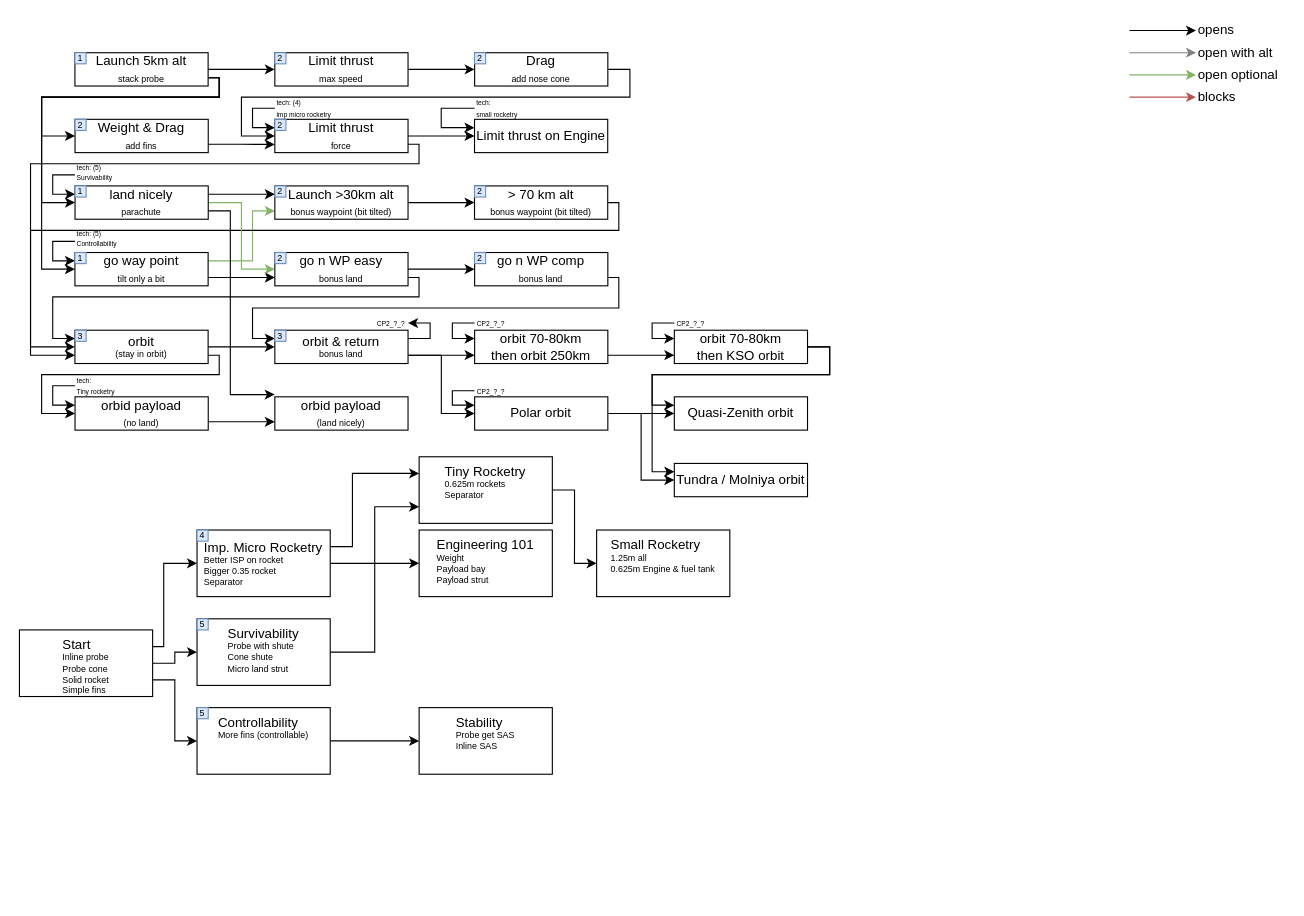
Above: doc/CP1 contracts & TT.drawio in SaphireFalcon/real_career (draw.io), before the change. Source tidied: cells renumbered, new cells numbered last; positions are measured from the earlier drawing's top-left corner, leaving out a move shared by most shapes. Both pictures are drawn from the tidied source at 111%, with x=0, y=0 at pixel (19, 19).
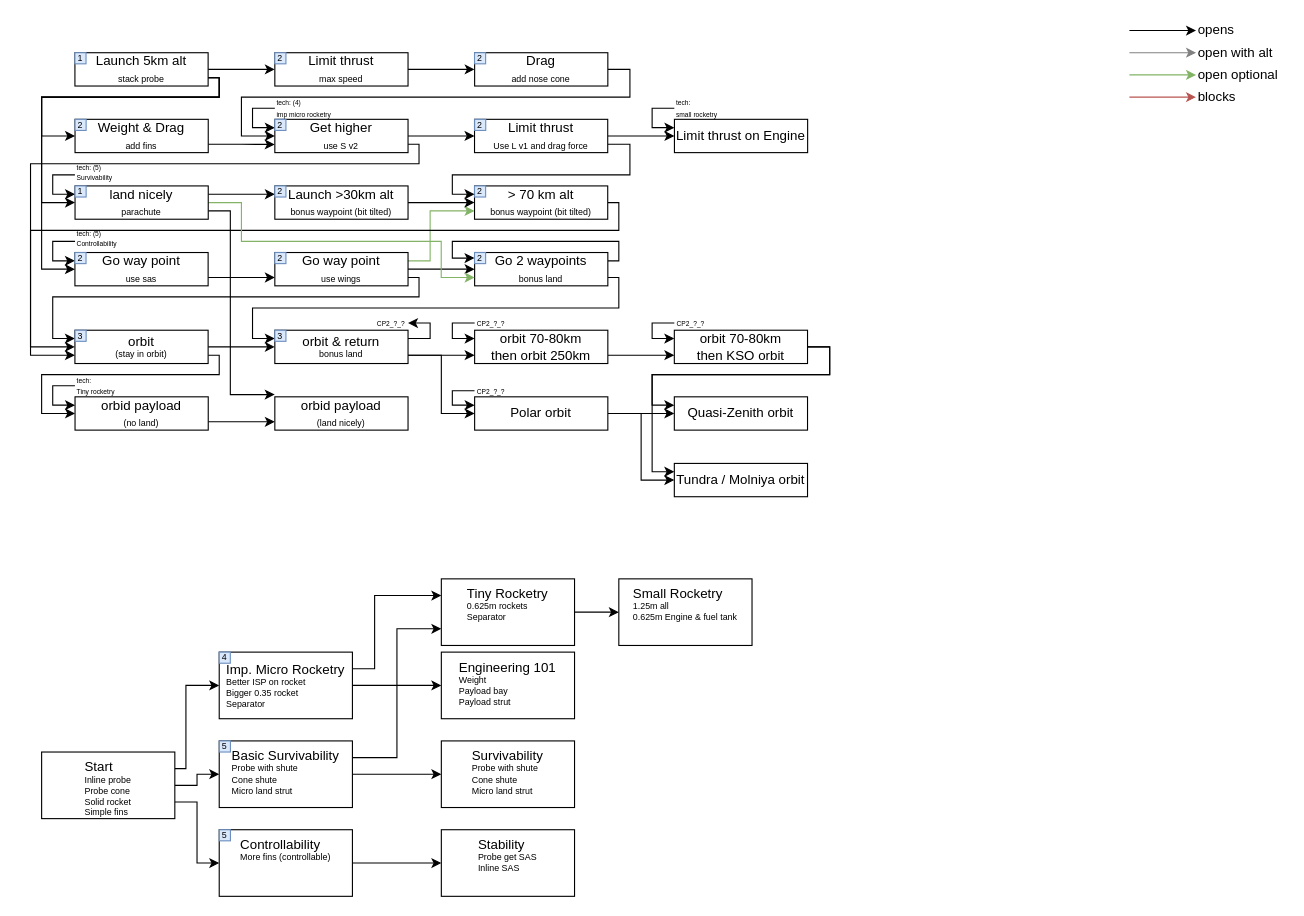
The same page after the edit.

Unchanged cells that the change refers to:
```xml
<mxCell id="16" value="Launch &amp;gt;30km alt&lt;br style=&quot;font-size: 8px&quot;&gt;&lt;font style=&quot;font-size: 8px&quot;&gt;bonus waypoint (bit tilted)&lt;/font&gt;" style="rounded=0;whiteSpace=wrap;html=1;" parent="1" vertex="1">
  <mxGeometry x="230.1" y="150" width="120" height="30" as="geometry" />
</mxCell>
<mxCell id="18" value="&amp;gt; 70 km alt&lt;br style=&quot;font-size: 8px&quot;&gt;&lt;font style=&quot;font-size: 8px&quot;&gt;bonus waypoint (bit tilted)&lt;/font&gt;" style="rounded=0;whiteSpace=wrap;html=1;" parent="1" vertex="1">
  <mxGeometry x="410" y="150" width="120" height="30" as="geometry" />
</mxCell>
<mxCell id="22" value="land nicely&lt;br style=&quot;font-size: 8px&quot;&gt;&lt;font style=&quot;font-size: 8px&quot;&gt;parachute&lt;/font&gt;" style="rounded=0;whiteSpace=wrap;html=1;" parent="1" vertex="1">
  <mxGeometry x="50.1" y="150" width="120" height="30" as="geometry" />
</mxCell>
<mxCell id="114" value="2" style="text;html=1;strokeColor=#6c8ebf;fillColor=#dae8fc;align=center;verticalAlign=middle;whiteSpace=wrap;rounded=0;fontSize=8;" parent="1" vertex="1">
  <mxGeometry x="410" y="150" width="10" height="10" as="geometry" />
</mxCell>
<mxCell id="116" value="2" style="text;html=1;strokeColor=#6c8ebf;fillColor=#dae8fc;align=center;verticalAlign=middle;whiteSpace=wrap;rounded=0;fontSize=8;" parent="1" vertex="1">
  <mxGeometry x="410" y="210" width="10" height="10" as="geometry" />
</mxCell>
```

The edit, as a diff of the source:
```diff
@@
-    <mxCell id="8" style="edgeStyle=orthogonalEdgeStyle;rounded=0;jettySize=auto;html=1;exitX=1;exitY=0.25;exitDx=0;exitDy=0;entryX=0;entryY=0.75;entryDx=0;entryDy=0;strokeColor=#82b366;fontSize=8;fillColor=#d5e8d4;" parent="1" edge="1" source="9" target="16">
+    <mxCell id="8" style="edgeStyle=orthogonalEdgeStyle;rounded=0;jettySize=auto;html=1;exitX=1;exitY=0.25;exitDx=0;exitDy=0;entryX=0;entryY=0.75;entryDx=0;entryDy=0;strokeColor=#82b366;fontSize=8;fillColor=#d5e8d4;" parent="1" edge="1" source="11" target="18">
       <mxGeometry relative="1" as="geometry">
         <Array as="points">
-          <mxPoint x="210" y="217" />
-          <mxPoint x="210" y="173" />
+          <mxPoint x="370" y="218" />
+          <mxPoint x="370" y="173" />
         </Array>
       </mxGeometry>
     </mxCell>
-    <mxCell id="9" value="go way point&lt;font style=&quot;font-size: 8px&quot;&gt;&lt;br&gt;&lt;/font&gt;&lt;span style=&quot;font-size: 8px&quot;&gt;tilt only a bit&lt;/span&gt;" style="rounded=0;whiteSpace=wrap;html=1;" parent="1" vertex="1">
+    <mxCell id="9" value="Go way point&lt;font style=&quot;font-size: 8px&quot;&gt;&lt;br&gt;&lt;/font&gt;&lt;span style=&quot;font-size: 8px&quot;&gt;use sas&lt;/span&gt;" style="rounded=0;whiteSpace=wrap;html=1;" parent="1" vertex="1">
       <mxGeometry x="50" y="210" width="120" height="30" as="geometry" />
     </mxCell>
@@
-    <mxCell id="11" value="go n WP easy&lt;br&gt;&lt;font style=&quot;font-size: 8px&quot;&gt;bonus land&lt;/font&gt;" style="rounded=0;whiteSpace=wrap;html=1;" parent="1" vertex="1">
+    <mxCell id="11" value="Go way point&lt;font style=&quot;font-size: 8px&quot;&gt;&lt;br&gt;&lt;/font&gt;&lt;span style=&quot;font-size: 8px&quot;&gt;use wings&lt;/span&gt;" style="rounded=0;whiteSpace=wrap;html=1;" parent="1" vertex="1">
       <mxGeometry x="230.1" y="210" width="120" height="30" as="geometry" />
     </mxCell>
@@
+    <mxCell id="120" style="edgeStyle=orthogonalEdgeStyle;rounded=0;jettySize=auto;html=1;exitX=1;exitY=0.25;exitDx=0;exitDy=0;entryX=0;entryY=0.5;entryDx=0;entryDy=0;" parent="1" edge="1" source="14" target="116">
+      <mxGeometry relative="1" as="geometry">
+        <Array as="points">
+          <mxPoint x="540" y="218" />
+          <mxPoint x="540" y="200" />
+          <mxPoint x="390" y="200" />
+          <mxPoint x="390" y="215" />
+        </Array>
+      </mxGeometry>
+    </mxCell>
-    <mxCell id="14" value="&lt;div&gt;go n WP comp&lt;/div&gt;&lt;font style=&quot;font-size: 8px&quot;&gt;bonus land&lt;/font&gt;" style="rounded=0;whiteSpace=wrap;html=1;" parent="1" vertex="1">
+    <mxCell id="14" value="&lt;div&gt;Go 2 waypoints&lt;/div&gt;&lt;font style=&quot;font-size: 8px&quot;&gt;bonus land&lt;/font&gt;" style="rounded=0;whiteSpace=wrap;html=1;" parent="1" vertex="1">
       <mxGeometry x="410.1" y="210" width="120" height="30" as="geometry" />
     </mxCell>
@@
-    <mxCell id="19" style="edgeStyle=orthogonalEdgeStyle;rounded=0;jettySize=auto;html=1;exitX=1;exitY=0.5;exitDx=0;exitDy=0;entryX=0;entryY=0.5;entryDx=0;entryDy=0;strokeColor=#82b366;fillColor=#d5e8d4;" parent="1" edge="1" source="22" target="11">
+    <mxCell id="19" style="edgeStyle=orthogonalEdgeStyle;rounded=0;jettySize=auto;html=1;exitX=1;exitY=0.5;exitDx=0;exitDy=0;entryX=0;entryY=0.75;entryDx=0;entryDy=0;strokeColor=#82b366;fillColor=#d5e8d4;" parent="1" edge="1" source="22" target="14">
       <mxGeometry relative="1" as="geometry">
         <Array as="points">
           <mxPoint x="200" y="165" />
-          <mxPoint x="200" y="225" />
+          <mxPoint x="200" y="200" />
+          <mxPoint x="380" y="200" />
+          <mxPoint x="380" y="233" />
         </Array>
       </mxGeometry>
     </mxCell>
@@
     <mxCell id="44" style="edgeStyle=orthogonalEdgeStyle;rounded=0;jettySize=auto;html=1;exitX=1;exitY=0.75;exitDx=0;exitDy=0;entryX=0;entryY=0.5;entryDx=0;entryDy=0;strokeColor=#000000;" parent="1" edge="1" source="48" target="50">
       <mxGeometry relative="1" as="geometry">
         <Array as="points">
-          <mxPoint x="140" y="595" />
-          <mxPoint x="140" y="650" />
+          <mxPoint x="160" y="705" />
+          <mxPoint x="160" y="760" />
         </Array>
       </mxGeometry>
     </mxCell>
     <mxCell id="45" style="edgeStyle=orthogonalEdgeStyle;rounded=0;jettySize=auto;html=1;exitX=1;exitY=0.5;exitDx=0;exitDy=0;entryX=0;entryY=0.5;entryDx=0;entryDy=0;strokeColor=#000000;" parent="1" edge="1" source="48" target="52">
       <mxGeometry relative="1" as="geometry">
         <Array as="points">
-          <mxPoint x="140" y="580" />
-          <mxPoint x="140" y="570" />
+          <mxPoint x="160" y="690" />
+          <mxPoint x="160" y="680" />
         </Array>
       </mxGeometry>
     </mxCell>
     <mxCell id="46" style="edgeStyle=orthogonalEdgeStyle;rounded=0;jettySize=auto;html=1;exitX=1;exitY=0.5;exitDx=0;exitDy=0;entryX=0;entryY=0.5;entryDx=0;entryDy=0;strokeColor=#000000;" parent="1" edge="1" source="54" target="55">
       <mxGeometry relative="1" as="geometry">
         <Array as="points">
-          <mxPoint x="310" y="490" />
-          <mxPoint x="310" y="490" />
+          <mxPoint x="330" y="600" />
+          <mxPoint x="330" y="600" />
         </Array>
       </mxGeometry>
     </mxCell>
     <mxCell id="47" style="edgeStyle=orthogonalEdgeStyle;rounded=0;jettySize=auto;html=1;exitX=1;exitY=0.25;exitDx=0;exitDy=0;strokeColor=#000000;" parent="1" edge="1" source="48" target="54">
       <mxGeometry relative="1" as="geometry">
         <Array as="points">
-          <mxPoint x="130" y="565" />
-          <mxPoint x="130" y="490" />
+          <mxPoint x="150" y="675" />
+          <mxPoint x="150" y="600" />
         </Array>
       </mxGeometry>
     </mxCell>
     <mxCell id="48" value="&lt;div style=&quot;text-align: left&quot;&gt;&lt;font style=&quot;font-size: 12px&quot;&gt;Start&lt;/font&gt;&lt;/div&gt;&lt;span style=&quot;text-align: left&quot;&gt;Inline probe&lt;br&gt;&lt;/span&gt;&lt;div style=&quot;text-align: left ; font-size: 8px&quot;&gt;&lt;font style=&quot;font-size: 8px&quot;&gt;&lt;font style=&quot;font-size: 8px&quot;&gt;Probe cone&lt;/font&gt;&lt;br style=&quot;font-size: 8px&quot;&gt;&lt;/font&gt;&lt;/div&gt;&lt;div style=&quot;text-align: left ; font-size: 8px&quot;&gt;&lt;font style=&quot;font-size: 8px&quot;&gt;&lt;font style=&quot;font-size: 8px&quot;&gt;Solid rocket&lt;/font&gt;&lt;/font&gt;&lt;/div&gt;&lt;div style=&quot;text-align: left ; font-size: 8px&quot;&gt;&lt;font style=&quot;font-size: 8px&quot;&gt;&lt;font style=&quot;font-size: 8px&quot;&gt;Simple fins&lt;/font&gt;&lt;/font&gt;&lt;/div&gt;" style="rounded=0;whiteSpace=wrap;html=1;fontSize=8;verticalAlign=top;" parent="1" vertex="1">
-      <mxGeometry y="550" width="120" height="60" as="geometry" />
+      <mxGeometry x="20" y="660" width="120" height="60" as="geometry" />
     </mxCell>
@@
     <mxCell id="50" value="&lt;div style=&quot;text-align: left&quot;&gt;&lt;span style=&quot;font-size: 12px&quot;&gt;Controllability&lt;/span&gt;&lt;/div&gt;&lt;div style=&quot;text-align: left ; font-size: 8px&quot;&gt;&lt;font style=&quot;font-size: 8px&quot;&gt;More fins (controllable)&lt;/font&gt;&lt;/div&gt;&lt;div style=&quot;text-align: left ; font-size: 8px&quot;&gt;&lt;br&gt;&lt;/div&gt;" style="rounded=0;whiteSpace=wrap;html=1;align=center;labelPosition=center;verticalLabelPosition=middle;verticalAlign=top;fontSize=8;" parent="1" vertex="1">
-      <mxGeometry x="160" y="620" width="120" height="60" as="geometry" />
+      <mxGeometry x="180" y="730" width="120" height="60" as="geometry" />
     </mxCell>
-    <mxCell id="51" style="edgeStyle=orthogonalEdgeStyle;rounded=0;jettySize=auto;html=1;exitX=1;exitY=0.5;exitDx=0;exitDy=0;entryX=0;entryY=0.75;entryDx=0;entryDy=0;" parent="1" edge="1" source="52" target="73">
+    <mxCell id="51" style="edgeStyle=orthogonalEdgeStyle;rounded=0;jettySize=auto;html=1;exitX=1;exitY=0.25;exitDx=0;exitDy=0;entryX=0;entryY=0.75;entryDx=0;entryDy=0;" parent="1" edge="1" source="52" target="73">
       <mxGeometry relative="1" as="geometry" />
     </mxCell>
+    <mxCell id="121" style="edgeStyle=orthogonalEdgeStyle;rounded=0;jettySize=auto;html=1;exitX=1;exitY=0.5;exitDx=0;exitDy=0;entryX=0;entryY=0.5;entryDx=0;entryDy=0;" parent="1" edge="1" source="52" target="127">
+      <mxGeometry relative="1" as="geometry" />
+    </mxCell>
-    <mxCell id="52" value="&lt;div style=&quot;text-align: left&quot;&gt;&lt;font style=&quot;font-size: 12px&quot;&gt;Survivability&lt;/font&gt;&lt;/div&gt;&lt;div style=&quot;text-align: left ; font-size: 8px&quot;&gt;&lt;font style=&quot;font-size: 8px&quot;&gt;Probe with shute&lt;/font&gt;&lt;/div&gt;&lt;div style=&quot;text-align: left ; font-size: 8px&quot;&gt;&lt;font style=&quot;font-size: 8px&quot;&gt;Cone shute&lt;/font&gt;&lt;br style=&quot;font-size: 8px&quot;&gt;&lt;/div&gt;&lt;font style=&quot;font-size: 8px&quot;&gt;&lt;div style=&quot;text-align: left&quot;&gt;&lt;span&gt;Micro land strut&lt;/span&gt;&lt;/div&gt;&lt;/font&gt;" style="rounded=0;whiteSpace=wrap;html=1;fontSize=8;verticalAlign=top;" parent="1" vertex="1">
-      <mxGeometry x="160" y="540" width="120" height="60" as="geometry" />
+    <mxCell id="52" value="&lt;div style=&quot;text-align: left&quot;&gt;&lt;font style=&quot;font-size: 12px&quot;&gt;Basic Survivability&lt;/font&gt;&lt;/div&gt;&lt;div style=&quot;text-align: left ; font-size: 8px&quot;&gt;&lt;font style=&quot;font-size: 8px&quot;&gt;Probe with shute&lt;/font&gt;&lt;/div&gt;&lt;div style=&quot;text-align: left ; font-size: 8px&quot;&gt;&lt;font style=&quot;font-size: 8px&quot;&gt;Cone shute&lt;/font&gt;&lt;br style=&quot;font-size: 8px&quot;&gt;&lt;/div&gt;&lt;font style=&quot;font-size: 8px&quot;&gt;&lt;div style=&quot;text-align: left&quot;&gt;&lt;span&gt;Micro land strut&lt;/span&gt;&lt;/div&gt;&lt;/font&gt;" style="rounded=0;whiteSpace=wrap;html=1;fontSize=8;verticalAlign=top;" parent="1" vertex="1">
+      <mxGeometry x="180" y="650" width="120" height="60" as="geometry" />
     </mxCell>
     <mxCell id="53" style="edgeStyle=orthogonalEdgeStyle;rounded=0;jettySize=auto;html=1;exitX=1;exitY=0.25;exitDx=0;exitDy=0;strokeColor=#000000;fontSize=8;entryX=0;entryY=0.25;entryDx=0;entryDy=0;" parent="1" edge="1" source="54" target="73">
       <mxGeometry relative="1" as="geometry">
         <Array as="points">
-          <mxPoint x="300" y="475" />
-          <mxPoint x="300" y="409" />
+          <mxPoint x="320" y="585" />
+          <mxPoint x="320" y="519" />
         </Array>
       </mxGeometry>
     </mxCell>
     <mxCell id="54" value="&lt;div style=&quot;text-align: left&quot;&gt;&lt;font style=&quot;font-size: 12px&quot;&gt;Imp. Micro Rocketry&lt;/font&gt;&lt;/div&gt;&lt;div style=&quot;text-align: left ; font-size: 8px&quot;&gt;&lt;font style=&quot;font-size: 8px&quot;&gt;Better ISP on rocket&lt;/font&gt;&lt;/div&gt;&lt;div style=&quot;text-align: left ; font-size: 8px&quot;&gt;Bigger 0.35 rocket&lt;/div&gt;&lt;div style=&quot;text-align: left ; font-size: 8px&quot;&gt;&lt;font style=&quot;font-size: 8px&quot;&gt;Separator&lt;/font&gt;&lt;/div&gt;" style="rounded=0;whiteSpace=wrap;html=1;fontSize=8;verticalAlign=middle;" parent="1" vertex="1">
-      <mxGeometry x="160" y="460" width="120" height="60" as="geometry" />
+      <mxGeometry x="180" y="570" width="120" height="60" as="geometry" />
     </mxCell>
     <mxCell id="55" value="&lt;div style=&quot;text-align: left&quot;&gt;&lt;span style=&quot;font-size: 12px&quot;&gt;Engineering 101&lt;/span&gt;&lt;/div&gt;&lt;div style=&quot;text-align: left ; font-size: 8px&quot;&gt;Weight&lt;/div&gt;&lt;div style=&quot;text-align: left ; font-size: 8px&quot;&gt;Payload bay&lt;/div&gt;&lt;div style=&quot;text-align: left ; font-size: 8px&quot;&gt;Payload strut&lt;/div&gt;" style="rounded=0;whiteSpace=wrap;html=1;fontSize=8;verticalAlign=top;align=center;" parent="1" vertex="1">
-      <mxGeometry x="360.1" y="460" width="120" height="60" as="geometry" />
+      <mxGeometry x="380.1" y="570" width="120" height="60" as="geometry" />
     </mxCell>
@@
     <mxCell id="61" value="Limit thrust on Engine" style="rounded=0;whiteSpace=wrap;html=1;" parent="1" vertex="1">
-      <mxGeometry x="410" y="90" width="120" height="30" as="geometry" />
+      <mxGeometry x="590.1" y="90" width="120" height="30" as="geometry" />
     </mxCell>
@@
     <mxCell id="63" style="edgeStyle=orthogonalEdgeStyle;rounded=0;jettySize=auto;html=1;exitX=0;exitY=0.5;exitDx=0;exitDy=0;strokeColor=#000000;fontSize=8;entryX=0;entryY=0.25;entryDx=0;entryDy=0;" parent="1" edge="1" source="64" target="61">
       <mxGeometry relative="1" as="geometry">
         <Array as="points">
-          <mxPoint x="380" y="80" />
-          <mxPoint x="380" y="98" />
+          <mxPoint x="570" y="80" />
+          <mxPoint x="570" y="97" />
         </Array>
       </mxGeometry>
     </mxCell>
     <mxCell id="64" value="&lt;font style=&quot;line-height: 100%&quot;&gt;&lt;font style=&quot;font-size: 6px&quot;&gt;tech:&lt;br&gt;small rocketry&lt;/font&gt;&lt;br&gt;&lt;/font&gt;" style="text;html=1;strokeColor=none;fillColor=none;align=left;verticalAlign=middle;whiteSpace=wrap;rounded=0;fontSize=8;spacing=2;" parent="1" vertex="1">
-      <mxGeometry x="410" y="70" width="40" height="20" as="geometry" />
+      <mxGeometry x="590" y="70" width="40" height="20" as="geometry" />
     </mxCell>
@@
     <mxCell id="71" value="&lt;div style=&quot;text-align: left&quot;&gt;&lt;font style=&quot;font-size: 12px&quot;&gt;Small Rocketry&lt;/font&gt;&lt;/div&gt;&lt;div style=&quot;text-align: left ; font-size: 8px&quot;&gt;&lt;font style=&quot;font-size: 8px&quot;&gt;1.25m all&lt;/font&gt;&lt;/div&gt;&lt;div style=&quot;text-align: left ; font-size: 8px&quot;&gt;&lt;font style=&quot;font-size: 8px&quot;&gt;0.625m Engine &amp;amp; fuel tank&lt;/font&gt;&lt;/div&gt;&lt;div style=&quot;text-align: left ; font-size: 8px&quot;&gt;&lt;br&gt;&lt;/div&gt;" style="rounded=0;whiteSpace=wrap;html=1;fontSize=8;verticalAlign=top;" parent="1" vertex="1">
-      <mxGeometry x="520" y="460" width="120" height="60" as="geometry" />
+      <mxGeometry x="540" y="504" width="120" height="60" as="geometry" />
     </mxCell>
@@
     <mxCell id="73" value="&lt;div style=&quot;text-align: left&quot;&gt;&lt;font style=&quot;font-size: 12px&quot;&gt;Tiny Rocketry&lt;/font&gt;&lt;/div&gt;&lt;div style=&quot;text-align: left ; font-size: 8px&quot;&gt;&lt;span&gt;0.625m rockets&lt;/span&gt;&lt;br&gt;&lt;/div&gt;&lt;div style=&quot;text-align: left ; font-size: 8px&quot;&gt;&lt;font style=&quot;font-size: 8px&quot;&gt;Separator&lt;/font&gt;&lt;/div&gt;" style="rounded=0;whiteSpace=wrap;html=1;fontSize=8;verticalAlign=top;" parent="1" vertex="1">
-      <mxGeometry x="360.1" y="394" width="120" height="60" as="geometry" />
+      <mxGeometry x="380.1" y="504" width="120" height="60" as="geometry" />
     </mxCell>
@@
-    <mxCell id="76" style="edgeStyle=orthogonalEdgeStyle;rounded=0;jettySize=auto;html=1;exitX=1;exitY=0.5;exitDx=0;exitDy=0;entryX=0;entryY=0.5;entryDx=0;entryDy=0;strokeColor=#000000;fontSize=8;" parent="1" edge="1" source="77" target="61">
-      <mxGeometry relative="1" as="geometry" />
-    </mxCell>
+    <mxCell id="122" style="edgeStyle=orthogonalEdgeStyle;rounded=0;jettySize=auto;html=1;exitX=1;exitY=0.5;exitDx=0;exitDy=0;entryX=0;entryY=0.5;entryDx=0;entryDy=0;" parent="1" edge="1" source="77" target="125">
+      <mxGeometry relative="1" as="geometry" />
+    </mxCell>
-    <mxCell id="77" value="Limit thrust&lt;br style=&quot;font-size: 8px&quot;&gt;&lt;span style=&quot;font-size: 8px&quot;&gt;force&lt;/span&gt;" style="rounded=0;whiteSpace=wrap;html=1;" parent="1" vertex="1">
+    <mxCell id="77" value="Get higher&lt;br style=&quot;font-size: 8px&quot;&gt;&lt;font style=&quot;font-size: 8px&quot;&gt;use S v2&lt;/font&gt;" style="rounded=0;whiteSpace=wrap;html=1;" parent="1" vertex="1">
       <mxGeometry x="230.1" y="90" width="120" height="30" as="geometry" />
     </mxCell>
@@
     <mxCell id="108" value="4" style="text;html=1;strokeColor=#6c8ebf;fillColor=#dae8fc;align=center;verticalAlign=middle;whiteSpace=wrap;rounded=0;fontSize=8;" parent="1" vertex="1">
-      <mxGeometry x="160" y="460" width="10" height="10" as="geometry" />
+      <mxGeometry x="180" y="570" width="10" height="10" as="geometry" />
     </mxCell>
     <mxCell id="109" value="5" style="text;html=1;strokeColor=#6c8ebf;fillColor=#dae8fc;align=center;verticalAlign=middle;whiteSpace=wrap;rounded=0;fontSize=8;" parent="1" vertex="1">
-      <mxGeometry x="160.1" y="540" width="10" height="10" as="geometry" />
+      <mxGeometry x="180.1" y="650" width="10" height="10" as="geometry" />
     </mxCell>
     <mxCell id="110" value="5" style="text;html=1;strokeColor=#6c8ebf;fillColor=#dae8fc;align=center;verticalAlign=middle;whiteSpace=wrap;rounded=0;fontSize=8;" parent="1" vertex="1">
-      <mxGeometry x="160.1" y="620" width="10" height="10" as="geometry" />
+      <mxGeometry x="180.1" y="730" width="10" height="10" as="geometry" />
     </mxCell>
@@
-    <mxCell id="112" value="1" style="text;html=1;strokeColor=#6c8ebf;fillColor=#dae8fc;align=center;verticalAlign=middle;whiteSpace=wrap;rounded=0;fontSize=8;" parent="1" vertex="1">
+    <mxCell id="112" value="2" style="text;html=1;strokeColor=#6c8ebf;fillColor=#dae8fc;align=center;verticalAlign=middle;whiteSpace=wrap;rounded=0;fontSize=8;" parent="1" vertex="1">
       <mxGeometry x="50" y="210" width="10" height="10" as="geometry" />
     </mxCell>
@@
     <mxCell id="119" value="&lt;div style=&quot;text-align: left&quot;&gt;&lt;span style=&quot;font-size: 12px&quot;&gt;Stability&lt;/span&gt;&lt;br&gt;&lt;/div&gt;&lt;div style=&quot;text-align: left ; font-size: 8px&quot;&gt;&lt;span style=&quot;font-size: 8px&quot;&gt;Probe get SAS&lt;/span&gt;&lt;/div&gt;&lt;div style=&quot;text-align: left ; font-size: 8px&quot;&gt;&lt;span style=&quot;font-size: 8px&quot;&gt;Inline SAS&lt;/span&gt;&lt;/div&gt;" style="rounded=0;whiteSpace=wrap;html=1;align=center;labelPosition=center;verticalLabelPosition=middle;verticalAlign=top;fontSize=8;" parent="1" vertex="1">
-      <mxGeometry x="360.1" y="620" width="120" height="60" as="geometry" />
+      <mxGeometry x="380.1" y="730" width="120" height="60" as="geometry" />
     </mxCell>
+    <mxCell id="123" style="edgeStyle=orthogonalEdgeStyle;rounded=0;jettySize=auto;html=1;exitX=1;exitY=0.5;exitDx=0;exitDy=0;entryX=0;entryY=0.5;entryDx=0;entryDy=0;" parent="1" edge="1" source="125" target="61">
+      <mxGeometry relative="1" as="geometry" />
+    </mxCell>
+    <mxCell id="124" style="edgeStyle=orthogonalEdgeStyle;rounded=0;jettySize=auto;html=1;exitX=1;exitY=0.75;exitDx=0;exitDy=0;entryX=0;entryY=0.75;entryDx=0;entryDy=0;" parent="1" edge="1" source="125" target="114">
+      <mxGeometry relative="1" as="geometry" />
+    </mxCell>
+    <mxCell id="125" value="Limit thrust&lt;br style=&quot;font-size: 8px&quot;&gt;&lt;span style=&quot;font-size: 8px&quot;&gt;Use L v1 and drag force&lt;/span&gt;" style="rounded=0;whiteSpace=wrap;html=1;" parent="1" vertex="1">
+      <mxGeometry x="410" y="90" width="120" height="30" as="geometry" />
+    </mxCell>
+    <mxCell id="126" value="2" style="text;html=1;strokeColor=#6c8ebf;fillColor=#dae8fc;align=center;verticalAlign=middle;whiteSpace=wrap;rounded=0;fontSize=8;" parent="1" vertex="1">
+      <mxGeometry x="410.1" y="90" width="10" height="10" as="geometry" />
+    </mxCell>
+    <mxCell id="127" value="&lt;div style=&quot;text-align: left&quot;&gt;&lt;font style=&quot;font-size: 12px&quot;&gt;Survivability&lt;/font&gt;&lt;/div&gt;&lt;div style=&quot;text-align: left ; font-size: 8px&quot;&gt;&lt;font style=&quot;font-size: 8px&quot;&gt;Probe with shute&lt;/font&gt;&lt;/div&gt;&lt;div style=&quot;text-align: left ; font-size: 8px&quot;&gt;&lt;font style=&quot;font-size: 8px&quot;&gt;Cone shute&lt;/font&gt;&lt;br style=&quot;font-size: 8px&quot;&gt;&lt;/div&gt;&lt;font style=&quot;font-size: 8px&quot;&gt;&lt;div style=&quot;text-align: left&quot;&gt;&lt;span&gt;Micro land strut&lt;/span&gt;&lt;/div&gt;&lt;/font&gt;" style="rounded=0;whiteSpace=wrap;html=1;fontSize=8;verticalAlign=top;" parent="1" vertex="1">
+      <mxGeometry x="380.1" y="650" width="120" height="60" as="geometry" />
+    </mxCell>
```
